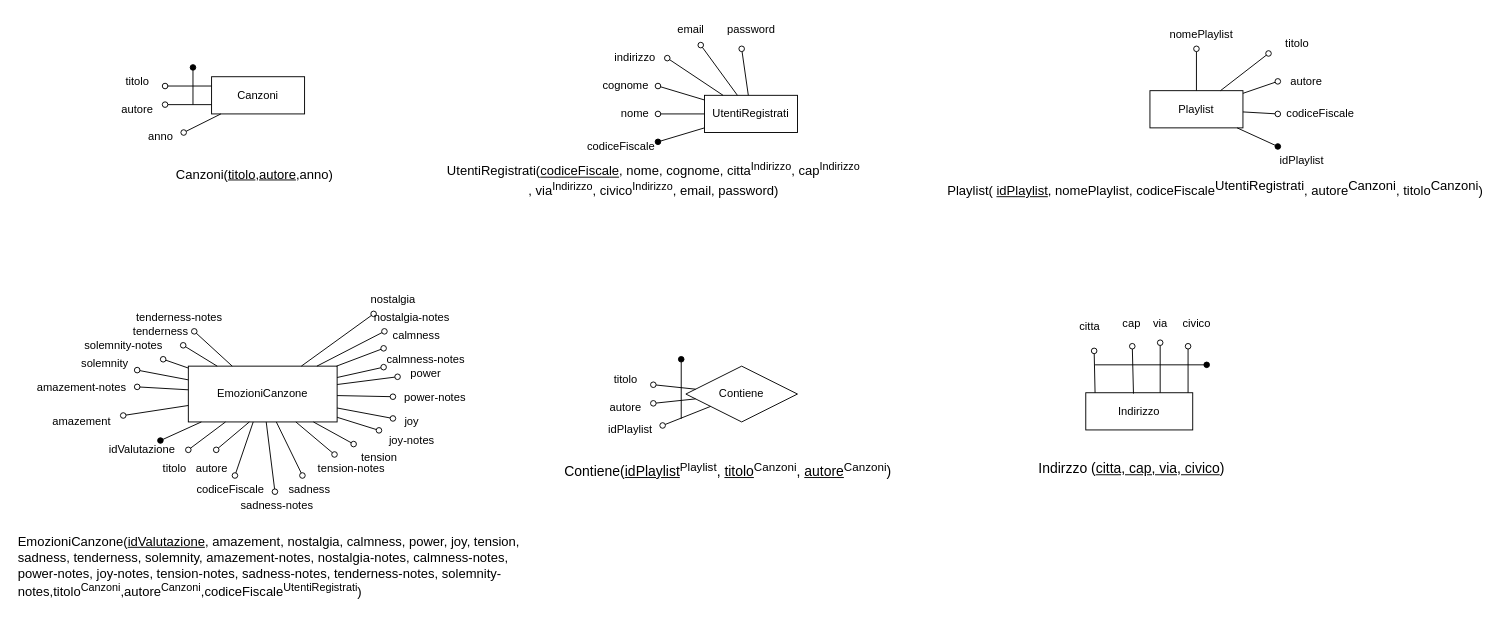
Earlier version of the draw.io diagram SchemaLogico/SchemaLogico.drawio (Cacciaa/LaboratorioB). Source tidied: cells renumbered, new cells numbered last; positions are measured from the earlier drawing's top-left corner, leaving out a move shared by most shapes. Both pictures are drawn from the tidied source at 93%, with x=0, y=0 at pixel (16, 16).
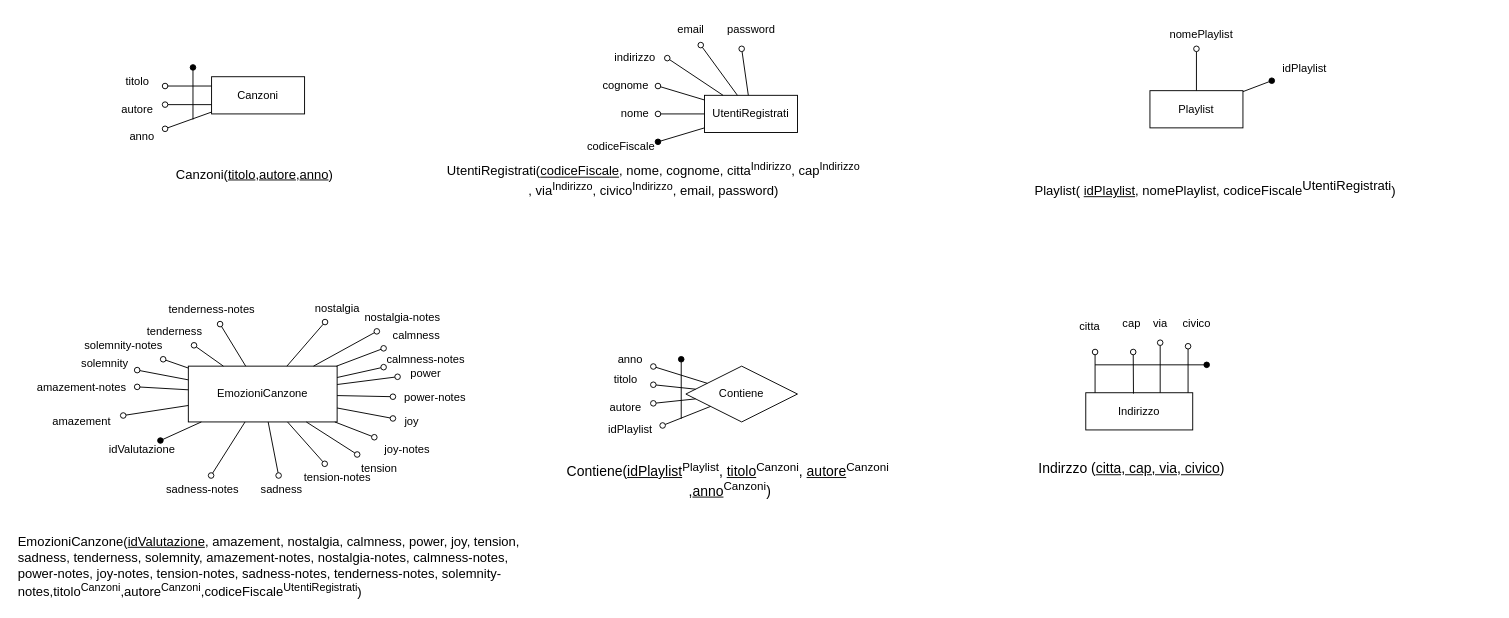
The same diagram, later.

Commit message (it also covers changes not shown here):
Correzione schema logico e diagramma E/R

Unchanged cells that the change refers to:
```xml
<mxCell id="3" value="Playlist" style="whiteSpace=wrap;html=1;align=center;" parent="1" vertex="1">
  <mxGeometry x="1219" y="80" width="100" height="40" as="geometry" />
</mxCell>
<mxCell id="4" value="Canzoni" style="whiteSpace=wrap;html=1;align=center;" parent="1" vertex="1">
  <mxGeometry x="210" y="65" width="100" height="40" as="geometry" />
</mxCell>
<mxCell id="5" value="EmozioniCanzone" style="whiteSpace=wrap;html=1;align=center;" parent="1" vertex="1">
  <mxGeometry x="185" y="376.2" width="160" height="60" as="geometry" />
</mxCell>
<mxCell id="77" value="Contiene" style="shape=rhombus;perimeter=rhombusPerimeter;whiteSpace=wrap;html=1;align=center;" parent="1" vertex="1">
  <mxGeometry x="720" y="376.2" width="120" height="60" as="geometry" />
</mxCell>
<mxCell id="92" value="Indirizzo" style="rounded=0;whiteSpace=wrap;html=1;" parent="1" vertex="1">
  <mxGeometry x="1150" y="404.8" width="115" height="40" as="geometry" />
</mxCell>
```

Change to the diagram source:
```diff
@@
-    <mxCell id="18" style="endArrow=none;html=1;rounded=0;startArrow=oval;startFill=1;" parent="1" edge="1" target="3">
-      <mxGeometry relative="1" as="geometry">
-        <mxPoint x="1356.5" y="140" as="sourcePoint" />
-      </mxGeometry>
+    <mxCell id="18" style="endArrow=none;html=1;rounded=0;startArrow=oval;startFill=1;" parent="1" edge="1" source="19" target="3">
+      <mxGeometry relative="1" as="geometry" />
     </mxCell>
     <mxCell id="19" value="idPlaylist" style="text;html=1;align=center;verticalAlign=middle;points=[];strokeColor=none;fillColor=none;" parent="1" vertex="1">
-      <mxGeometry x="1346.5" y="140" width="70" height="30" as="geometry" />
+      <mxGeometry x="1350" y="41" width="70" height="30" as="geometry" />
     </mxCell>
@@
-    <mxCell id="22" style="endArrow=none;html=1;rounded=0;startArrow=oval;startFill=0;" parent="1" edge="1" target="4">
-      <mxGeometry relative="1" as="geometry">
-        <mxPoint x="180" y="125" as="sourcePoint" />
-      </mxGeometry>
+    <mxCell id="22" style="endArrow=none;html=1;rounded=0;startArrow=oval;startFill=0;" parent="1" edge="1" source="26" target="4">
+      <mxGeometry relative="1" as="geometry" />
     </mxCell>
@@
     <mxCell id="25" style="endArrow=none;html=1;rounded=0;startArrow=oval;startFill=1;" parent="1" edge="1">
       <mxGeometry relative="1" as="geometry">
         <mxPoint x="190" y="55" as="sourcePoint" />
-        <mxPoint x="190" y="95" as="targetPoint" />
+        <mxPoint x="190" y="111" as="targetPoint" />
       </mxGeometry>
     </mxCell>
     <mxCell id="26" value="anno" style="text;html=1;align=center;verticalAlign=middle;points=[];strokeColor=none;fillColor=none;" parent="1" vertex="1">
-      <mxGeometry x="130" y="115" width="50" height="30" as="geometry" />
+      <mxGeometry x="110" y="115" width="50" height="30" as="geometry" />
     </mxCell>
-    <mxCell id="27" style="endArrow=none;html=1;rounded=0;startArrow=oval;startFill=0;" parent="1" edge="1" target="3">
-      <mxGeometry relative="1" as="geometry">
-        <mxPoint x="1356.5" y="105" as="sourcePoint" />
-      </mxGeometry>
-    </mxCell>
-    <mxCell id="28" value="codiceFiscale" style="text;html=1;align=center;verticalAlign=middle;strokeColor=none;fillColor=none;" parent="1" vertex="1">
-      <mxGeometry x="1351.5" y="90" width="100" height="30" as="geometry" />
-    </mxCell>
-    <mxCell id="29" style="endArrow=none;html=1;rounded=0;startArrow=oval;startFill=0;" parent="1" edge="1" target="3">
-      <mxGeometry relative="1" as="geometry">
-        <mxPoint x="1356.5" y="70" as="sourcePoint" />
-      </mxGeometry>
-    </mxCell>
-    <mxCell id="30" style="endArrow=none;html=1;rounded=0;startArrow=oval;startFill=0;" parent="1" edge="1" target="3">
-      <mxGeometry relative="1" as="geometry">
-        <mxPoint x="1346.5" y="40" as="sourcePoint" />
-      </mxGeometry>
-    </mxCell>
-    <mxCell id="31" value="titolo" style="text;html=1;align=center;verticalAlign=middle;strokeColor=none;fillColor=none;" parent="1" vertex="1">
-      <mxGeometry x="1351.5" y="15" width="50" height="30" as="geometry" />
-    </mxCell>
-    <mxCell id="32" value="autore" style="text;html=1;align=center;verticalAlign=middle;strokeColor=none;fillColor=none;" parent="1" vertex="1">
-      <mxGeometry x="1356.5" y="55" width="60" height="30" as="geometry" />
-    </mxCell>
@@
-    <mxCell id="35" style="endArrow=none;html=1;rounded=0;startArrow=oval;startFill=0;entryX=0.25;entryY=1;entryDx=0;entryDy=0;" parent="1" edge="1" target="5">
-      <mxGeometry relative="1" as="geometry">
-        <mxPoint x="185" y="466.2" as="sourcePoint" />
-      </mxGeometry>
-    </mxCell>
-    <mxCell id="36" value="titolo" style="text;html=1;align=center;verticalAlign=middle;strokeColor=none;fillColor=none;" parent="1" vertex="1">
-      <mxGeometry x="145" y="471.2" width="50" height="30" as="geometry" />
-    </mxCell>
-    <mxCell id="37" style="endArrow=none;html=1;rounded=0;startArrow=oval;startFill=0;entryX=0.41;entryY=1;entryDx=0;entryDy=0;entryPerimeter=0;" parent="1" edge="1" target="5">
-      <mxGeometry relative="1" as="geometry">
-        <mxPoint x="215" y="466.2" as="sourcePoint" />
-      </mxGeometry>
-    </mxCell>
-    <mxCell id="38" value="autore" style="text;html=1;align=center;verticalAlign=middle;strokeColor=none;fillColor=none;" parent="1" vertex="1">
-      <mxGeometry x="180" y="471.2" width="60" height="30" as="geometry" />
-    </mxCell>
@@
     <mxCell id="61" value="tenderness" style="text;html=1;align=center;verticalAlign=middle;points=[];strokeColor=none;fillColor=none;" parent="1" vertex="1">
-      <mxGeometry x="115" y="323.8" width="80" height="30" as="geometry" />
+      <mxGeometry x="130" y="323.8" width="80" height="30" as="geometry" />
     </mxCell>
     <mxCell id="62" value="tenderness-notes" style="text;html=1;align=center;verticalAlign=middle;points=[];strokeColor=none;fillColor=none;" parent="1" vertex="1">
-      <mxGeometry x="115" y="308.8" width="120" height="30" as="geometry" />
+      <mxGeometry x="150" y="301" width="120" height="30" as="geometry" />
     </mxCell>
     <mxCell id="63" value="nostalgia" style="text;html=1;align=center;verticalAlign=middle;points=[];strokeColor=none;fillColor=none;" parent="1" vertex="1">
-      <mxGeometry x="370" y="290" width="70" height="30" as="geometry" />
+      <mxGeometry x="310" y="298.8" width="70" height="30" as="geometry" />
     </mxCell>
     <mxCell id="64" value="nostalgia-notes" style="text;html=1;align=center;verticalAlign=middle;points=[];strokeColor=none;fillColor=none;" parent="1" vertex="1">
-      <mxGeometry x="375" y="308.8" width="100" height="30" as="geometry" />
+      <mxGeometry x="365" y="308.8" width="100" height="30" as="geometry" />
     </mxCell>
@@
     <mxCell id="70" value="joy-notes" style="text;html=1;align=center;verticalAlign=middle;points=[];strokeColor=none;fillColor=none;" parent="1" vertex="1">
-      <mxGeometry x="390" y="441.2" width="70" height="30" as="geometry" />
+      <mxGeometry x="385" y="451.2" width="70" height="30" as="geometry" />
     </mxCell>
     <mxCell id="71" value="tension" style="text;html=1;align=center;verticalAlign=middle;points=[];strokeColor=none;fillColor=none;" parent="1" vertex="1">
-      <mxGeometry x="360" y="460" width="60" height="30" as="geometry" />
+      <mxGeometry x="360" y="471.2" width="60" height="30" as="geometry" />
     </mxCell>
     <mxCell id="72" value="tension-notes" style="text;html=1;align=center;verticalAlign=middle;points=[];strokeColor=none;fillColor=none;" parent="1" vertex="1">
-      <mxGeometry x="310" y="471.2" width="100" height="30" as="geometry" />
+      <mxGeometry x="295" y="481.2" width="100" height="30" as="geometry" />
     </mxCell>
     <mxCell id="73" value="sadness-notes" style="text;html=1;align=center;verticalAlign=middle;points=[];strokeColor=none;fillColor=none;" parent="1" vertex="1">
-      <mxGeometry x="230" y="511.2" width="100" height="30" as="geometry" />
+      <mxGeometry x="150" y="493.8" width="100" height="30" as="geometry" />
     </mxCell>
     <mxCell id="74" value="sadness" style="text;html=1;align=center;verticalAlign=middle;points=[];strokeColor=none;fillColor=none;" parent="1" vertex="1">
-      <mxGeometry x="280" y="493.8" width="70" height="30" as="geometry" />
+      <mxGeometry x="250" y="493.8" width="70" height="30" as="geometry" />
     </mxCell>
-    <mxCell id="75" style="endArrow=none;html=1;rounded=0;startArrow=oval;startFill=0;" parent="1" edge="1" source="76" target="5">
-      <mxGeometry relative="1" as="geometry" />
-    </mxCell>
-    <mxCell id="76" value="codiceFiscale" style="text;html=1;align=center;verticalAlign=middle;points=[];strokeColor=none;fillColor=none;" parent="1" vertex="1">
-      <mxGeometry x="180" y="493.8" width="100" height="30" as="geometry" />
-    </mxCell>
@@
-    <mxCell id="87" value="Contiene(&lt;u&gt;idPlaylist&lt;/u&gt;&lt;sup style=&quot;&quot;&gt;Playlist&lt;/sup&gt;, &lt;u&gt;titolo&lt;/u&gt;&lt;sup style=&quot;&quot;&gt;Canzoni&lt;/sup&gt;, &lt;u&gt;autore&lt;/u&gt;&lt;sup style=&quot;&quot;&gt;Canzoni&lt;/sup&gt;)" style="text;html=1;align=center;verticalAlign=top;strokeColor=none;fillColor=none;fontSize=15;" parent="1" vertex="1">
-      <mxGeometry x="575" y="471.2" width="380" height="30" as="geometry" />
+    <mxCell id="87" value="Contiene(&lt;u&gt;idPlaylist&lt;/u&gt;&lt;sup style=&quot;&quot;&gt;Playlist&lt;/sup&gt;, &lt;u&gt;titolo&lt;/u&gt;&lt;sup style=&quot;&quot;&gt;Canzoni&lt;/sup&gt;,&amp;nbsp;&lt;u style=&quot;border-color: var(--border-color);&quot;&gt;autore&lt;/u&gt;&lt;sup style=&quot;border-color: var(--border-color);&quot;&gt;Canzoni&lt;/sup&gt;&lt;br&gt;&amp;nbsp;,&lt;u&gt;anno&lt;/u&gt;&lt;sup style=&quot;&quot;&gt;Canzoni&lt;/sup&gt;)" style="text;html=1;align=center;verticalAlign=top;strokeColor=none;fillColor=none;fontSize=15;" parent="1" vertex="1">
+      <mxGeometry x="580" y="471.2" width="370" height="60" as="geometry" />
     </mxCell>
@@
-    <mxCell id="90" value="Playlist( &lt;u&gt;idPlaylist&lt;/u&gt;, nomePlaylist, codiceFiscale&lt;sup style=&quot;font-size: 14px;&quot;&gt;UtentiRegistrati&lt;/sup&gt;, autore&lt;sup style=&quot;font-size: 14px;&quot;&gt;Canzoni&lt;/sup&gt;, titolo&lt;sup style=&quot;font-size: 14px;&quot;&gt;Canzoni&lt;/sup&gt;)" style="text;html=1;align=center;verticalAlign=middle;strokeColor=none;fillColor=none;fontSize=14;" parent="1" vertex="1">
-      <mxGeometry x="989" y="165" width="600" height="40" as="geometry" />
+    <mxCell id="90" value="Playlist( &lt;u&gt;idPlaylist&lt;/u&gt;, nomePlaylist, codiceFiscale&lt;sup style=&quot;font-size: 14px;&quot;&gt;UtentiRegistrati&lt;/sup&gt;)" style="text;html=1;align=center;verticalAlign=middle;strokeColor=none;fillColor=none;fontSize=14;" parent="1" vertex="1">
+      <mxGeometry x="1084" y="165" width="410" height="40" as="geometry" />
     </mxCell>
-    <mxCell id="91" value="Canzoni(&lt;u&gt;titolo&lt;/u&gt;,&lt;u&gt;autore&lt;/u&gt;,anno)" style="text;whiteSpace=wrap;html=1;fontSize=14;" parent="1" vertex="1">
+    <mxCell id="91" value="Canzoni(&lt;u&gt;titolo&lt;/u&gt;,&lt;u&gt;autore&lt;/u&gt;,&lt;u&gt;anno&lt;/u&gt;)" style="text;whiteSpace=wrap;html=1;fontSize=14;" parent="1" vertex="1">
       <mxGeometry x="170" y="155" width="180" height="40" as="geometry" />
     </mxCell>
@@
-    <mxCell id="93" style="endArrow=oval;html=1;rounded=0;startArrow=none;startFill=0;endFill=0;entryX=0.571;entryY=1.157;entryDx=0;entryDy=0;entryPerimeter=0;" parent="1" edge="1">
+    <mxCell id="93" style="endArrow=oval;html=1;rounded=0;startArrow=none;startFill=0;endFill=0;" parent="1" edge="1">
       <mxGeometry relative="1" as="geometry">
         <mxPoint x="1160" y="404.8" as="sourcePoint" />
-        <mxPoint x="1159" y="359.8" as="targetPoint" />
+        <mxPoint x="1160" y="361" as="targetPoint" />
       </mxGeometry>
     </mxCell>
     <mxCell id="94" style="endArrow=oval;html=1;rounded=0;startArrow=none;startFill=0;endFill=0;exitX=0.446;exitY=0.023;exitDx=0;exitDy=0;exitPerimeter=0;" parent="1" edge="1" source="92">
       <mxGeometry relative="1" as="geometry">
-        <mxPoint x="1200" y="354.8" as="targetPoint" />
+        <mxPoint x="1201" y="361" as="targetPoint" />
       </mxGeometry>
     </mxCell>
@@
+    <mxCell id="103" style="endArrow=none;html=1;rounded=0;startArrow=oval;startFill=0;" parent="1" edge="1" source="104" target="77">
+      <mxGeometry relative="1" as="geometry" />
+    </mxCell>
+    <mxCell id="104" value="anno" style="text;html=1;align=center;verticalAlign=middle;points=[];strokeColor=none;fillColor=none;" parent="1" vertex="1">
+      <mxGeometry x="635" y="353.8" width="50" height="30" as="geometry" />
+    </mxCell>
```
